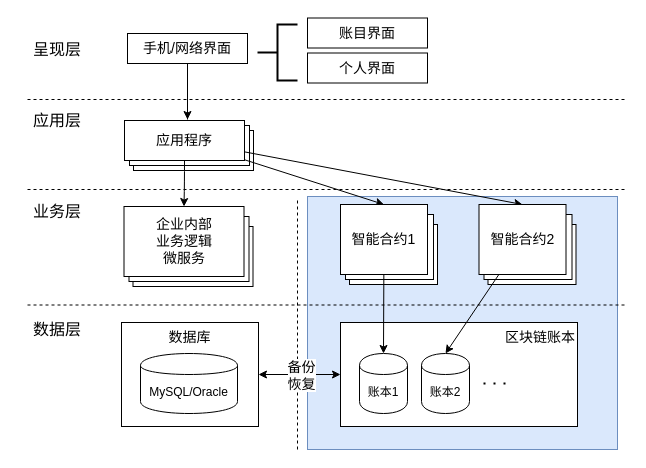
The draw.io diagram page 7 of 8 of 毕业设计UML.drawio in guanpengchn/draw.io, before the edit. Source tidied: cells renumbered, new cells numbered last; positions are measured from the earlier drawing's top-left corner, leaving out a move shared by most shapes. Both pictures are drawn from the tidied source at 100%, with x=0, y=0 at pixel (17, 17).
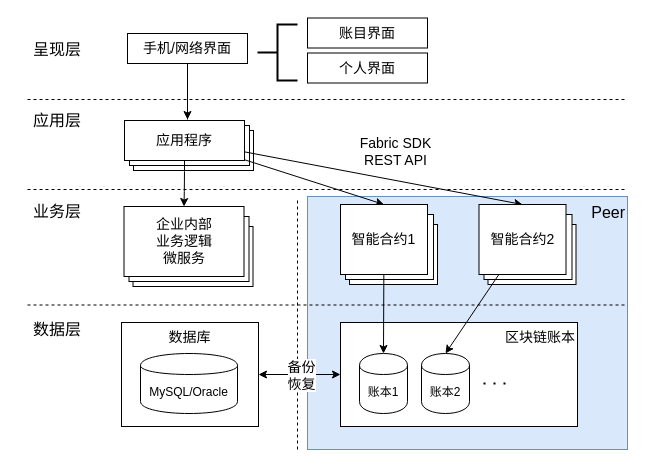
The same diagram, later.

Unchanged cells that the change refers to:
```xml
<mxCell id="21" style="edgeStyle=none;rounded=0;jettySize=auto;html=1;entryX=0.5;entryY=0;entryDx=0;entryDy=0;endArrow=classic;endFill=1;strokeWidth=1;" parent="1" edge="1" source="22" target="40">
  <mxGeometry relative="1" as="geometry" />
</mxCell>
```

The edit, as a diff of the source:
```diff
@@
-    <mxCell id="2" style="rounded=0;whiteSpace=wrap;html=1;fillColor=#dae8fc;align=right;strokeColor=#6c8ebf;" parent="1" vertex="1">
-      <mxGeometry x="290" y="179" width="310" height="253" as="geometry" />
+    <mxCell id="2" value="&lt;font style=&quot;font-size: 16px&quot;&gt;Peer&lt;/font&gt;" style="rounded=0;whiteSpace=wrap;html=1;fillColor=#dae8fc;align=right;strokeColor=#6c8ebf;verticalAlign=top;" parent="1" vertex="1">
+      <mxGeometry x="290" y="179" width="320" height="253" as="geometry" />
     </mxCell>
@@
+    <mxCell id="42" value="&lt;font style=&quot;font-size: 14px&quot;&gt;Fabric SDK &lt;br&gt;REST API&lt;/font&gt;" style="text;html=1;align=center;verticalAlign=middle;labelBackgroundColor=#ffffff;" parent="21" vertex="1">
+      <mxGeometry x="-0.21" y="3" relative="1" as="geometry">
+        <mxPoint x="39.5" y="-19" as="offset" />
+      </mxGeometry>
+    </mxCell>
```
